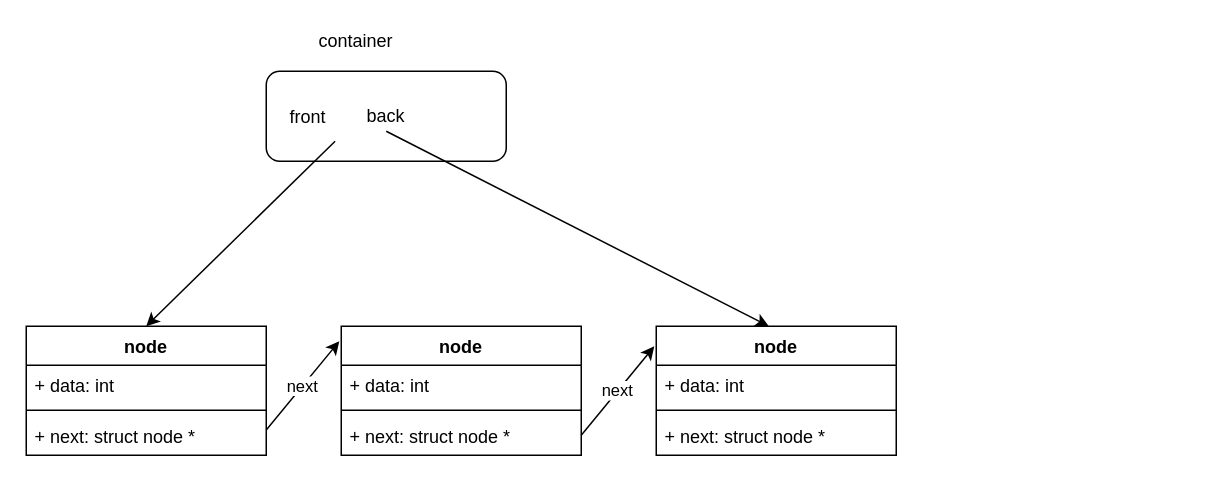
Above: queues.drawio in Qantas94Heavy/COMP1511-20T2 (draw.io), before the change. Source tidied: cells renumbered, new cells numbered last; positions are measured from the earlier drawing's top-left corner, leaving out a move shared by most shapes. Both pictures are drawn from the tidied source at 150%, with x=0, y=0 at pixel (26, 26).
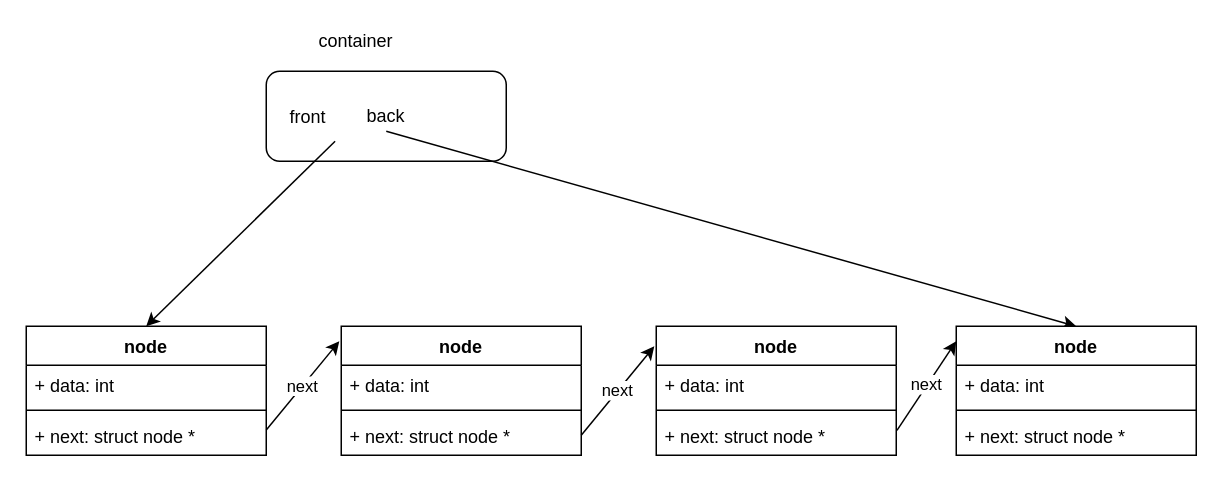
The same page after the edit.

Unchanged cells that the change refers to:
```xml
<mxCell id="15" value="back&lt;br&gt;" style="text;html=1;strokeColor=none;fillColor=none;align=center;verticalAlign=middle;whiteSpace=wrap;rounded=0;" parent="1" vertex="1">
  <mxGeometry x="220" y="50" width="40" height="20" as="geometry" />
</mxCell>
<mxCell id="17" value="node" style="swimlane;fontStyle=1;align=center;verticalAlign=top;horizontal=1;startSize=26;" parent="1" vertex="1">
  <mxGeometry x="420" y="200" width="160" height="86" as="geometry" />
</mxCell>
<mxCell id="20" value="+ next: struct node *" style="text;strokeColor=none;fillColor=none;align=left;verticalAlign=top;spacingLeft=4;spacingRight=4;overflow=hidden;points=[[0,0.5],[1,0.5]];portConstraint=eastwest;" parent="17" vertex="1">
  <mxGeometry y="60" width="160" height="26" as="geometry" />
</mxCell>
```

The edit, as a diff of the source:
```diff
@@
-    <mxCell id="14" style="endArrow=classic;html=1;entryX=0.469;entryY=0;entryDx=0;entryDy=0;exitX=0.5;exitY=1;exitDx=0;exitDy=0;entryPerimeter=0;" parent="1" edge="1" source="15" target="17">
+    <mxCell id="14" style="endArrow=classic;html=1;entryX=0.5;entryY=0;entryDx=0;entryDy=0;exitX=0.5;exitY=1;exitDx=0;exitDy=0;" parent="1" edge="1" source="15" target="22">
       <mxGeometry relative="1" as="geometry" />
     </mxCell>
@@
+    <mxCell id="22" value="node" style="swimlane;fontStyle=1;align=center;verticalAlign=top;horizontal=1;startSize=26;" parent="1" vertex="1">
+      <mxGeometry x="620" y="200" width="160" height="86" as="geometry" />
+    </mxCell>
+    <mxCell id="23" value="+ data: int" style="text;strokeColor=none;fillColor=none;align=left;verticalAlign=top;spacingLeft=4;spacingRight=4;overflow=hidden;" parent="22" vertex="1">
+      <mxGeometry y="26" width="160" height="26" as="geometry" />
+    </mxCell>
+    <mxCell id="24" style="line;strokeWidth=1;fillColor=none;align=left;verticalAlign=middle;spacingTop=-1;spacingLeft=3;spacingRight=3;labelPosition=right;" parent="22" vertex="1">
+      <mxGeometry y="52" width="160" height="8" as="geometry" />
+    </mxCell>
+    <mxCell id="25" value="+ next: struct node *" style="text;strokeColor=none;fillColor=none;align=left;verticalAlign=top;spacingLeft=4;spacingRight=4;overflow=hidden;" parent="22" vertex="1">
+      <mxGeometry y="60" width="160" height="26" as="geometry" />
+    </mxCell>
+    <mxCell id="26" value="next" style="endArrow=classic;html=1;exitX=1.003;exitY=0.361;exitDx=0;exitDy=0;entryX=0;entryY=0.116;entryDx=0;entryDy=0;entryPerimeter=0;exitPerimeter=0;" parent="1" edge="1" source="20" target="22">
+      <mxGeometry relative="1" as="geometry" />
+    </mxCell>
```
